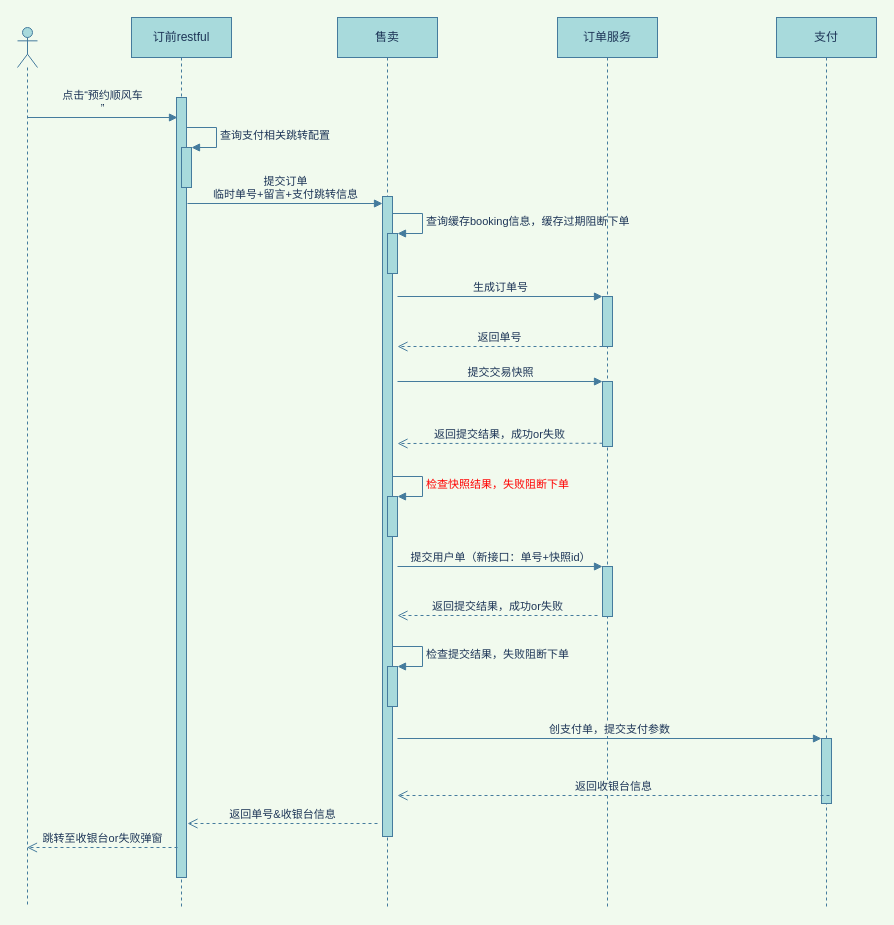
This is 顺风车下单时序图.drawio from Veraxia/diagrams, a draw.io file, before an edit. Source tidied: cells renumbered, new cells numbered last; positions are measured from the earlier drawing's top-left corner, leaving out a move shared by most shapes. Both pictures are drawn from the tidied source at 100%, with x=0, y=0 at pixel (17, 17).
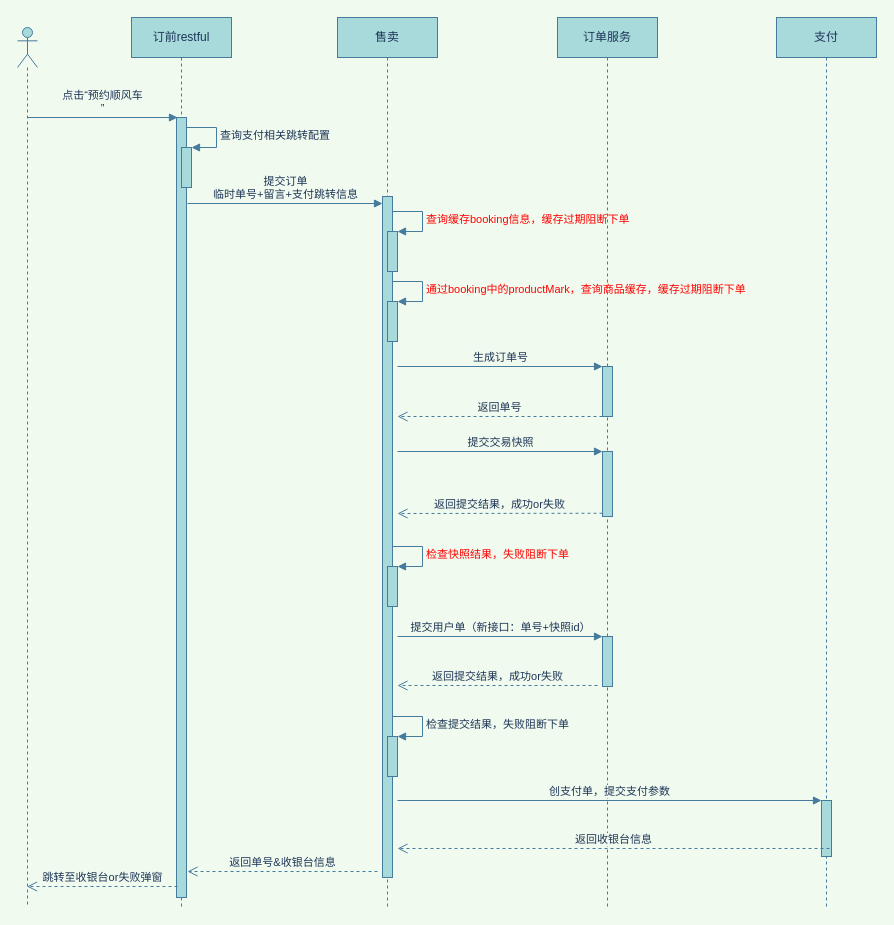
Above is the later version.

Commit message (it also covers changes not shown here):
更新顺风车下单时序图.drawio

The change refers to these unchanged cells:
```xml
<mxCell id="2" value="订前restful" style="shape=umlLifeline;perimeter=lifelinePerimeter;whiteSpace=wrap;html=1;fillColor=#A8DADC;strokeColor=#457B9D;fontColor=#1D3557;" parent="1" vertex="1">
  <mxGeometry x="114" width="100" height="890" as="geometry" />
</mxCell>
<mxCell id="6" value="售卖" style="shape=umlLifeline;perimeter=lifelinePerimeter;whiteSpace=wrap;html=1;fillColor=#A8DADC;strokeColor=#457B9D;fontColor=#1D3557;" parent="1" vertex="1">
  <mxGeometry x="320" width="100" height="890" as="geometry" />
</mxCell>
<mxCell id="14" value="订单服务" style="shape=umlLifeline;perimeter=lifelinePerimeter;whiteSpace=wrap;html=1;fillColor=#A8DADC;strokeColor=#457B9D;fontColor=#1D3557;" parent="1" vertex="1">
  <mxGeometry x="540" width="100" height="890" as="geometry" />
</mxCell>
<mxCell id="19" value="支付" style="shape=umlLifeline;perimeter=lifelinePerimeter;whiteSpace=wrap;html=1;fillColor=#A8DADC;strokeColor=#457B9D;fontColor=#1D3557;" parent="1" vertex="1">
  <mxGeometry x="759" width="100" height="890" as="geometry" />
</mxCell>
```

Change to the diagram source:
```diff
@@
     <mxCell id="3" style="html=1;perimeter=orthogonalPerimeter;fillColor=#A8DADC;strokeColor=#457B9D;fontColor=#1D3557;" parent="2" vertex="1">
-      <mxGeometry x="45" y="80" width="10" height="780" as="geometry" />
+      <mxGeometry x="45" y="100" width="10" height="780" as="geometry" />
     </mxCell>
@@
     <mxCell id="7" style="html=1;perimeter=orthogonalPerimeter;fillColor=#A8DADC;strokeColor=#457B9D;fontColor=#1D3557;" parent="6" vertex="1">
-      <mxGeometry x="45" y="179" width="10" height="640" as="geometry" />
+      <mxGeometry x="45" y="179" width="10" height="681" as="geometry" />
     </mxCell>
     <mxCell id="8" style="html=1;points=[];perimeter=orthogonalPerimeter;fillColor=#A8DADC;strokeColor=#457B9D;fontColor=#1D3557;" parent="6" vertex="1">
-      <mxGeometry x="50" y="479" width="10" height="40" as="geometry" />
+      <mxGeometry x="50" y="549" width="10" height="40" as="geometry" />
     </mxCell>
     <mxCell id="9" value="&lt;font color=&quot;#ff0000&quot;&gt;检查快照结果，失败阻断下单&lt;/font&gt;" style="edgeStyle=orthogonalEdgeStyle;html=1;align=left;spacingLeft=2;endArrow=block;rounded=0;entryX=1;entryY=0;labelBackgroundColor=#F1FAEE;strokeColor=#457B9D;fontColor=#1D3557;" parent="6" edge="1" target="8">
       <mxGeometry relative="1" as="geometry">
-        <mxPoint x="55" y="459" as="sourcePoint" />
+        <mxPoint x="55" y="529" as="sourcePoint" />
         <Array as="points">
-          <mxPoint x="85" y="459" />
+          <mxPoint x="85" y="529" />
         </Array>
       </mxGeometry>
     </mxCell>
     <mxCell id="10" style="html=1;points=[];perimeter=orthogonalPerimeter;strokeColor=#457B9D;fontColor=#1D3557;fillColor=#A8DADC;" parent="6" vertex="1">
-      <mxGeometry x="50" y="649" width="10" height="40" as="geometry" />
+      <mxGeometry x="50" y="719" width="10" height="40" as="geometry" />
     </mxCell>
     <mxCell id="11" value="检查提交结果，失败阻断下单" style="edgeStyle=orthogonalEdgeStyle;html=1;align=left;spacingLeft=2;endArrow=block;rounded=0;entryX=1;entryY=0;strokeColor=#457B9D;fontColor=#1D3557;labelBackgroundColor=#F1FAEE;" parent="6" edge="1" target="10">
       <mxGeometry relative="1" as="geometry">
-        <mxPoint x="55" y="629" as="sourcePoint" />
+        <mxPoint x="55" y="699" as="sourcePoint" />
         <Array as="points">
-          <mxPoint x="85" y="629" />
+          <mxPoint x="85" y="699" />
         </Array>
       </mxGeometry>
     </mxCell>
     <mxCell id="12" style="html=1;points=[];perimeter=orthogonalPerimeter;strokeColor=#457B9D;fontColor=#1D3557;fillColor=#A8DADC;" parent="6" vertex="1">
-      <mxGeometry x="50" y="216" width="10" height="40" as="geometry" />
+      <mxGeometry x="50" y="214" width="10" height="40" as="geometry" />
     </mxCell>
-    <mxCell id="13" value="查询缓存booking信息，缓存过期阻断下单" style="edgeStyle=orthogonalEdgeStyle;html=1;align=left;spacingLeft=2;endArrow=block;rounded=0;entryX=1;entryY=0;strokeColor=#457B9D;fontColor=#1D3557;labelBackgroundColor=#F1FAEE;" parent="6" edge="1" target="12">
+    <mxCell id="13" value="&lt;font color=&quot;#ff0000&quot;&gt;查询缓存booking信息，缓存过期阻断下单&lt;/font&gt;" style="edgeStyle=orthogonalEdgeStyle;html=1;align=left;spacingLeft=2;endArrow=block;rounded=0;entryX=1;entryY=0;strokeColor=#457B9D;fontColor=#1D3557;labelBackgroundColor=#F1FAEE;" parent="6" edge="1" target="12">
       <mxGeometry relative="1" as="geometry">
-        <mxPoint x="55" y="196" as="sourcePoint" />
+        <mxPoint x="55" y="194" as="sourcePoint" />
         <Array as="points">
-          <mxPoint x="85" y="196" />
+          <mxPoint x="85" y="194" />
         </Array>
       </mxGeometry>
     </mxCell>
+    <mxCell id="33" style="html=1;points=[];perimeter=orthogonalPerimeter;strokeColor=#457B9D;fontColor=#1D3557;fillColor=#A8DADC;" parent="6" vertex="1">
+      <mxGeometry x="50" y="284" width="10" height="40" as="geometry" />
+    </mxCell>
+    <mxCell id="34" value="&lt;font color=&quot;#ff0000&quot;&gt;通过booking中的productMark，查询商品缓存，缓存过期阻断下单&lt;/font&gt;" style="edgeStyle=orthogonalEdgeStyle;html=1;align=left;spacingLeft=2;endArrow=block;rounded=0;entryX=1;entryY=0;strokeColor=#457B9D;fontColor=#1D3557;fillColor=#A8DADC;labelBackgroundColor=#F1FAEE;" parent="6" edge="1" target="33">
+      <mxGeometry relative="1" as="geometry">
+        <mxPoint x="55" y="264" as="sourcePoint" />
+        <Array as="points">
+          <mxPoint x="85" y="264" />
+        </Array>
+      </mxGeometry>
+    </mxCell>
@@
     <mxCell id="15" style="html=1;points=[];perimeter=orthogonalPerimeter;fillColor=#A8DADC;strokeColor=#457B9D;fontColor=#1D3557;" parent="14" vertex="1">
-      <mxGeometry x="45" y="279" width="10" height="50" as="geometry" />
+      <mxGeometry x="45" y="349" width="10" height="50" as="geometry" />
     </mxCell>
     <mxCell id="16" value="返回单号" style="html=1;verticalAlign=bottom;endArrow=open;dashed=1;endSize=8;exitX=0;exitY=0.95;rounded=0;labelBackgroundColor=#F1FAEE;strokeColor=#457B9D;fontColor=#1D3557;" parent="14" edge="1">
       <mxGeometry relative="1" as="geometry">
-        <mxPoint x="45" y="329" as="sourcePoint" />
-        <mxPoint x="-160" y="329" as="targetPoint" />
+        <mxPoint x="45" y="399" as="sourcePoint" />
+        <mxPoint x="-160" y="399" as="targetPoint" />
       </mxGeometry>
     </mxCell>
     <mxCell id="17" style="html=1;points=[];perimeter=orthogonalPerimeter;fillColor=#A8DADC;strokeColor=#457B9D;fontColor=#1D3557;" parent="14" vertex="1">
-      <mxGeometry x="45" y="364" width="10" height="65" as="geometry" />
+      <mxGeometry x="45" y="434" width="10" height="65" as="geometry" />
     </mxCell>
     <mxCell id="18" style="html=1;points=[];perimeter=orthogonalPerimeter;fontColor=#1D3557;strokeColor=#457B9D;fillColor=#A8DADC;" parent="14" vertex="1">
-      <mxGeometry x="45" y="549" width="10" height="50" as="geometry" />
+      <mxGeometry x="45" y="619" width="10" height="50" as="geometry" />
     </mxCell>
@@
     <mxCell id="20" style="html=1;points=[];perimeter=orthogonalPerimeter;strokeColor=#457B9D;fontColor=#1D3557;fillColor=#A8DADC;" parent="19" vertex="1">
-      <mxGeometry x="45" y="721" width="10" height="65" as="geometry" />
+      <mxGeometry x="45" y="783" width="10" height="56" as="geometry" />
     </mxCell>
@@
     <mxCell id="22" value="生成订单号" style="html=1;verticalAlign=bottom;endArrow=block;entryX=0;entryY=0;rounded=0;labelBackgroundColor=#F1FAEE;strokeColor=#457B9D;fontColor=#1D3557;" parent="1" edge="1" target="15">
       <mxGeometry relative="1" as="geometry">
-        <mxPoint x="380" y="279" as="sourcePoint" />
+        <mxPoint x="380" y="349" as="sourcePoint" />
       </mxGeometry>
     </mxCell>
     <mxCell id="23" value="提交交易快照" style="html=1;verticalAlign=bottom;endArrow=block;entryX=0;entryY=0;rounded=0;labelBackgroundColor=#F1FAEE;strokeColor=#457B9D;fontColor=#1D3557;" parent="1" edge="1" target="17">
       <mxGeometry relative="1" as="geometry">
-        <mxPoint x="380" y="364" as="sourcePoint" />
+        <mxPoint x="380" y="434" as="sourcePoint" />
       </mxGeometry>
     </mxCell>
     <mxCell id="24" value="返回提交结果，成功or失败" style="html=1;verticalAlign=bottom;endArrow=open;dashed=1;endSize=8;exitX=0;exitY=0.95;rounded=0;labelBackgroundColor=#F1FAEE;strokeColor=#457B9D;fontColor=#1D3557;" parent="1" edge="1" source="17">
       <mxGeometry relative="1" as="geometry">
-        <mxPoint x="380" y="426" as="targetPoint" />
+        <mxPoint x="380" y="496" as="targetPoint" />
       </mxGeometry>
     </mxCell>
     <mxCell id="25" value="提交用户单（新接口：单号+快照id）" style="html=1;verticalAlign=bottom;endArrow=block;entryX=0;entryY=0;rounded=0;fontColor=#1D3557;strokeColor=#457B9D;labelBackgroundColor=#F1FAEE;" parent="1" edge="1" target="18">
       <mxGeometry relative="1" as="geometry">
-        <mxPoint x="380" y="549" as="sourcePoint" />
+        <mxPoint x="380" y="619" as="sourcePoint" />
       </mxGeometry>
     </mxCell>
     <mxCell id="26" value="返回提交结果，成功or失败" style="html=1;verticalAlign=bottom;endArrow=open;dashed=1;endSize=8;rounded=0;strokeColor=#457B9D;fontColor=#1D3557;labelBackgroundColor=#F1FAEE;" parent="1" edge="1">
       <mxGeometry relative="1" as="geometry">
-        <mxPoint x="580" y="598" as="sourcePoint" />
-        <mxPoint x="380" y="598" as="targetPoint" />
+        <mxPoint x="580" y="668" as="sourcePoint" />
+        <mxPoint x="380" y="668" as="targetPoint" />
       </mxGeometry>
     </mxCell>
-    <mxCell id="27" value="创支付单，提交支付参数" style="html=1;verticalAlign=bottom;endArrow=block;entryX=0;entryY=0;rounded=0;strokeColor=#457B9D;fontColor=#1D3557;labelBackgroundColor=#F1FAEE;" parent="1" edge="1" target="20">
+    <mxCell id="27" value="创支付单，提交支付参数" style="html=1;verticalAlign=bottom;endArrow=block;entryX=0;entryY=0;rounded=0;strokeColor=#457B9D;fontColor=#1D3557;labelBackgroundColor=#F1FAEE;" parent="1" edge="1">
       <mxGeometry relative="1" as="geometry">
-        <mxPoint x="380" y="721" as="sourcePoint" />
+        <mxPoint x="380" y="783" as="sourcePoint" />
+        <mxPoint x="804" y="783" as="targetPoint" />
       </mxGeometry>
     </mxCell>
     <mxCell id="28" value="返回收银台信息" style="html=1;verticalAlign=bottom;endArrow=open;dashed=1;endSize=8;exitX=0;exitY=0.95;rounded=0;strokeColor=#457B9D;fontColor=#1D3557;labelBackgroundColor=#F1FAEE;" parent="1" edge="1">
       <mxGeometry relative="1" as="geometry">
-        <mxPoint x="812" y="778" as="sourcePoint" />
-        <mxPoint x="380" y="778" as="targetPoint" />
+        <mxPoint x="812" y="831" as="sourcePoint" />
+        <mxPoint x="380" y="831" as="targetPoint" />
       </mxGeometry>
     </mxCell>
@@
     <mxCell id="31" value="返回单号&amp;amp;收银台信息" style="html=1;verticalAlign=bottom;endArrow=open;dashed=1;endSize=8;rounded=0;strokeColor=#457B9D;fontColor=#1D3557;labelBackgroundColor=#F1FAEE;" parent="1" edge="1">
       <mxGeometry relative="1" as="geometry">
-        <mxPoint x="360" y="806" as="sourcePoint" />
-        <mxPoint x="170" y="806" as="targetPoint" />
+        <mxPoint x="360" y="854" as="sourcePoint" />
+        <mxPoint x="170" y="854" as="targetPoint" />
       </mxGeometry>
     </mxCell>
     <mxCell id="32" value="跳转至收银台or失败弹窗" style="html=1;verticalAlign=bottom;endArrow=open;dashed=1;endSize=8;rounded=0;strokeColor=#457B9D;fontColor=#1D3557;labelBackgroundColor=#F1FAEE;" parent="1" edge="1">
       <mxGeometry relative="1" as="geometry">
-        <mxPoint x="160" y="830" as="sourcePoint" />
-        <mxPoint x="9.5" y="830" as="targetPoint" />
+        <mxPoint x="160" y="869" as="sourcePoint" />
+        <mxPoint x="9.5" y="869" as="targetPoint" />
       </mxGeometry>
     </mxCell>
```
